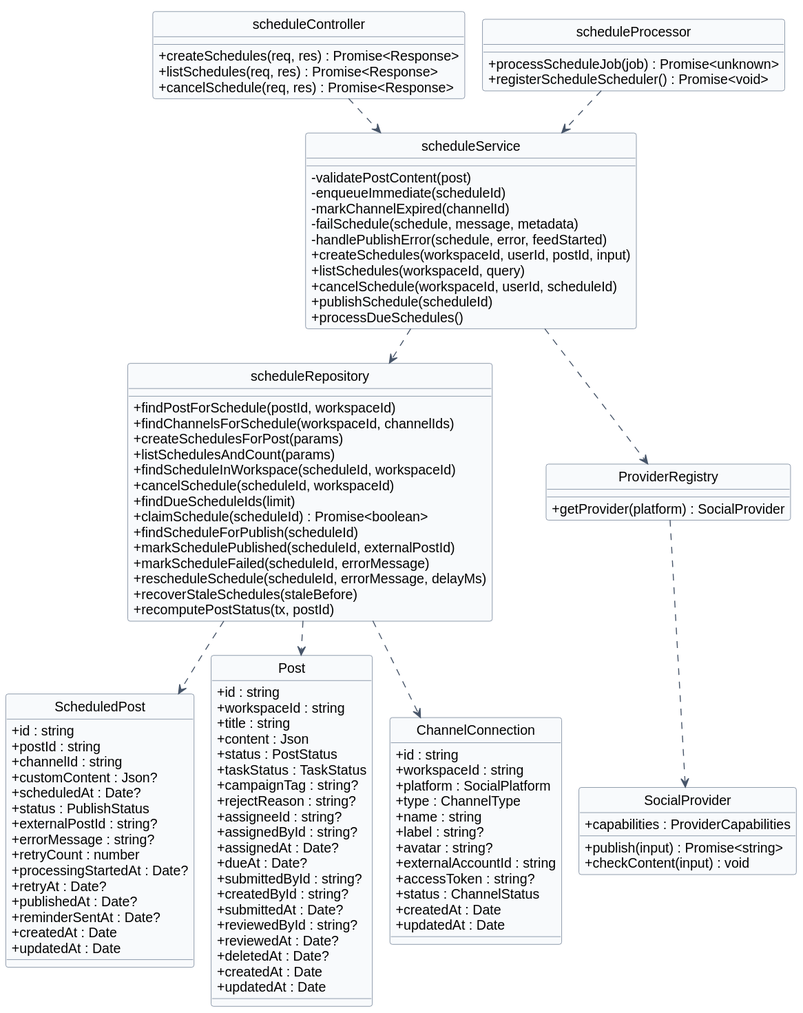
Above: docs/diagrams/07-schedule.svg in Pham-Hong-Ky/marka-capstone (PlantUML), before the change.
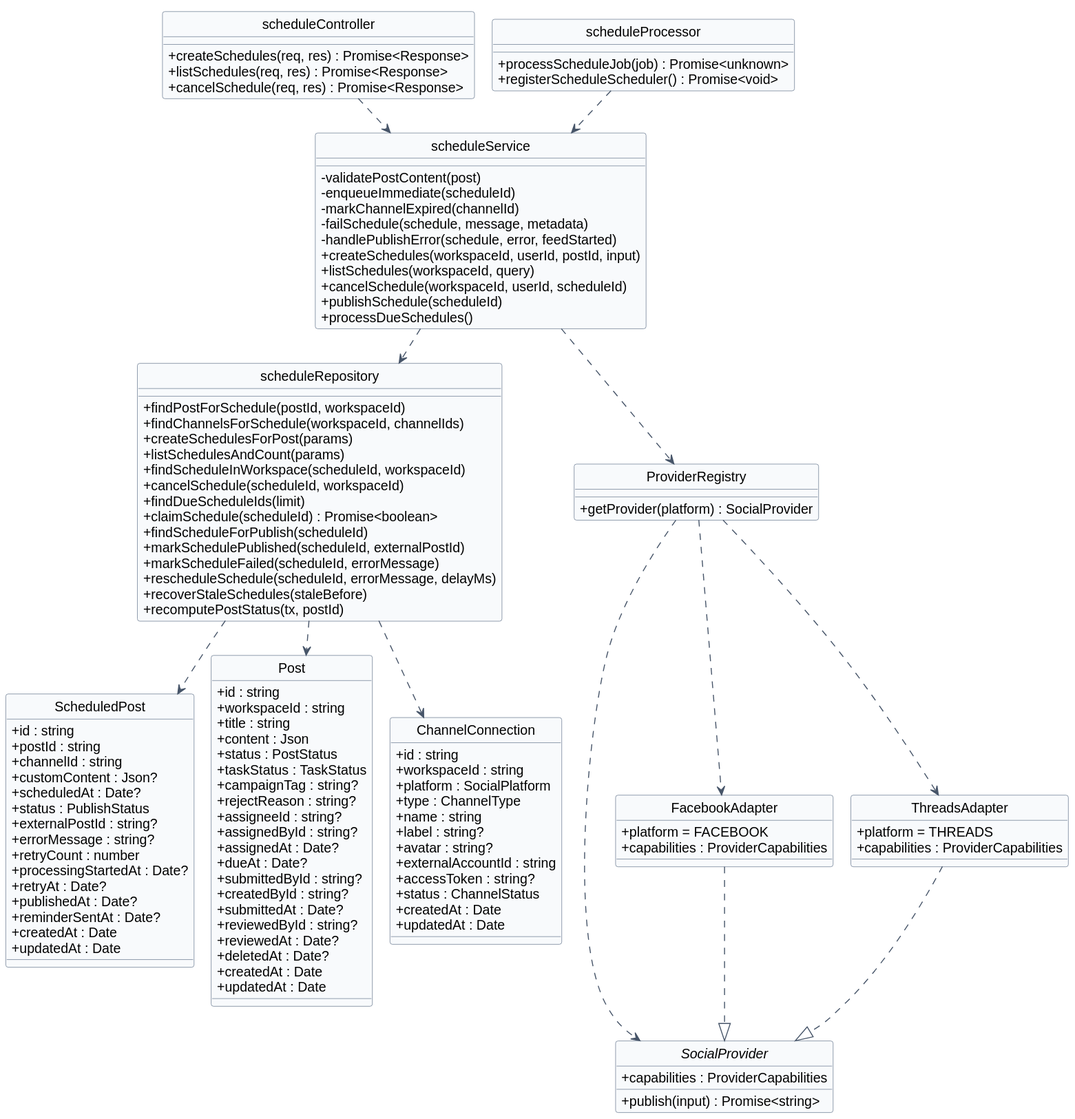
The same file after the commit.

What changed in the source:
```diff
@@ -116,16 +116,29 @@
   + getProvider(platform) : SocialProvider
 }
 
-class "SocialProvider" as socialProvider {
+interface "SocialProvider" as socialProvider {
   + capabilities : ProviderCapabilities
   + publish(input) : Promise<string>
-  + checkContent(input) : void
+}
+
+class "FacebookAdapter" as facebookAdapter {
+  + platform = FACEBOOK
+  + capabilities : ProviderCapabilities
+}
+
+class "ThreadsAdapter" as threadsAdapter {
+  + platform = THREADS
+  + capabilities : ProviderCapabilities
 }
 
 scheduleController ..> scheduleService
 scheduleService ..> scheduleRepository
 scheduleService ..> providerRegistry
 providerRegistry ..> socialProvider
+providerRegistry ..> facebookAdapter
+providerRegistry ..> threadsAdapter
+facebookAdapter ..|> socialProvider
+threadsAdapter ..|> socialProvider
 scheduleProcessor ..> scheduleService
 
 scheduleRepository ..> ScheduledPost
```
